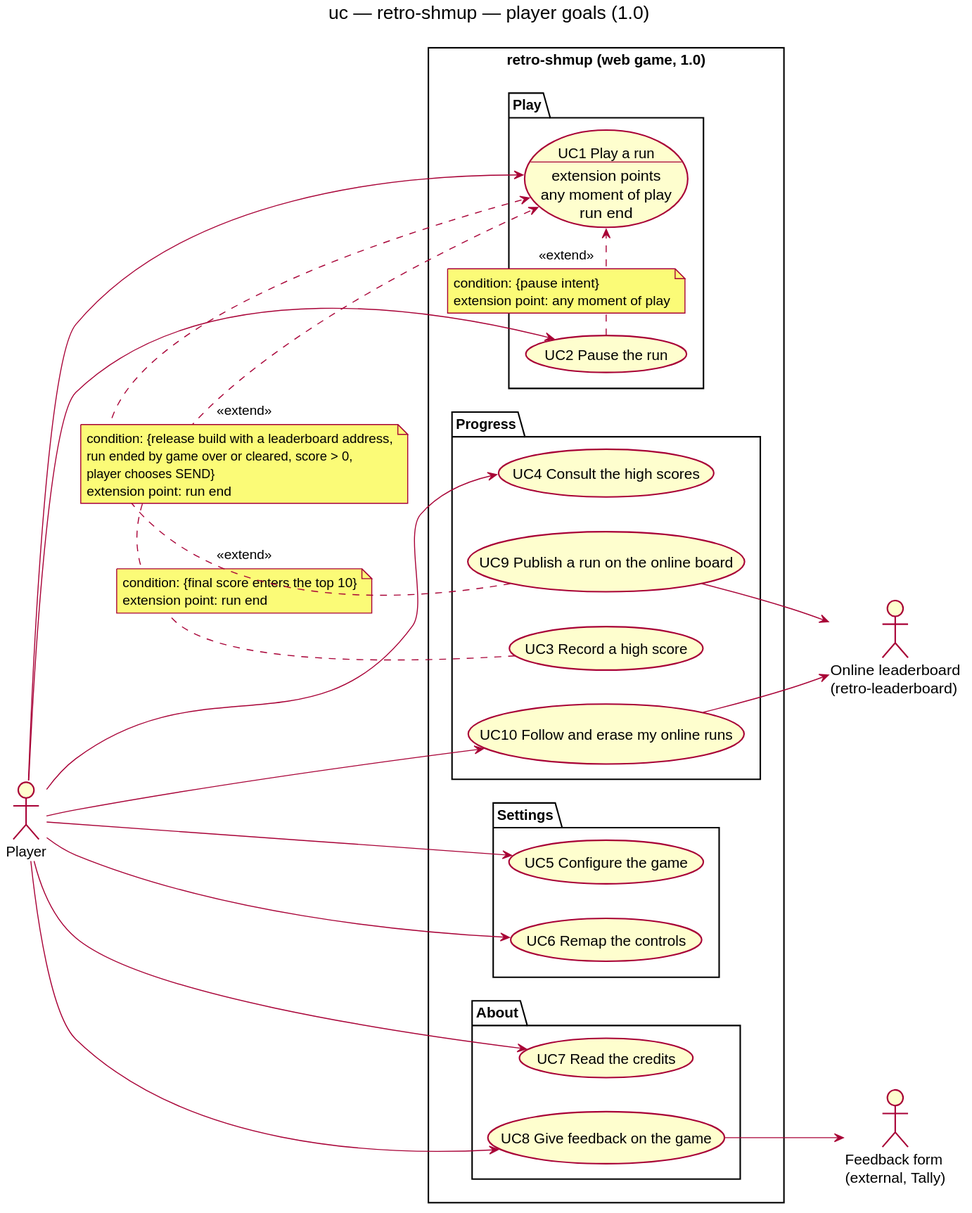
The PlantUML diagram docs/architecture/diagrams/system/01-use-case.svg in benoit-bremaud/retro-shmup, before a commit.
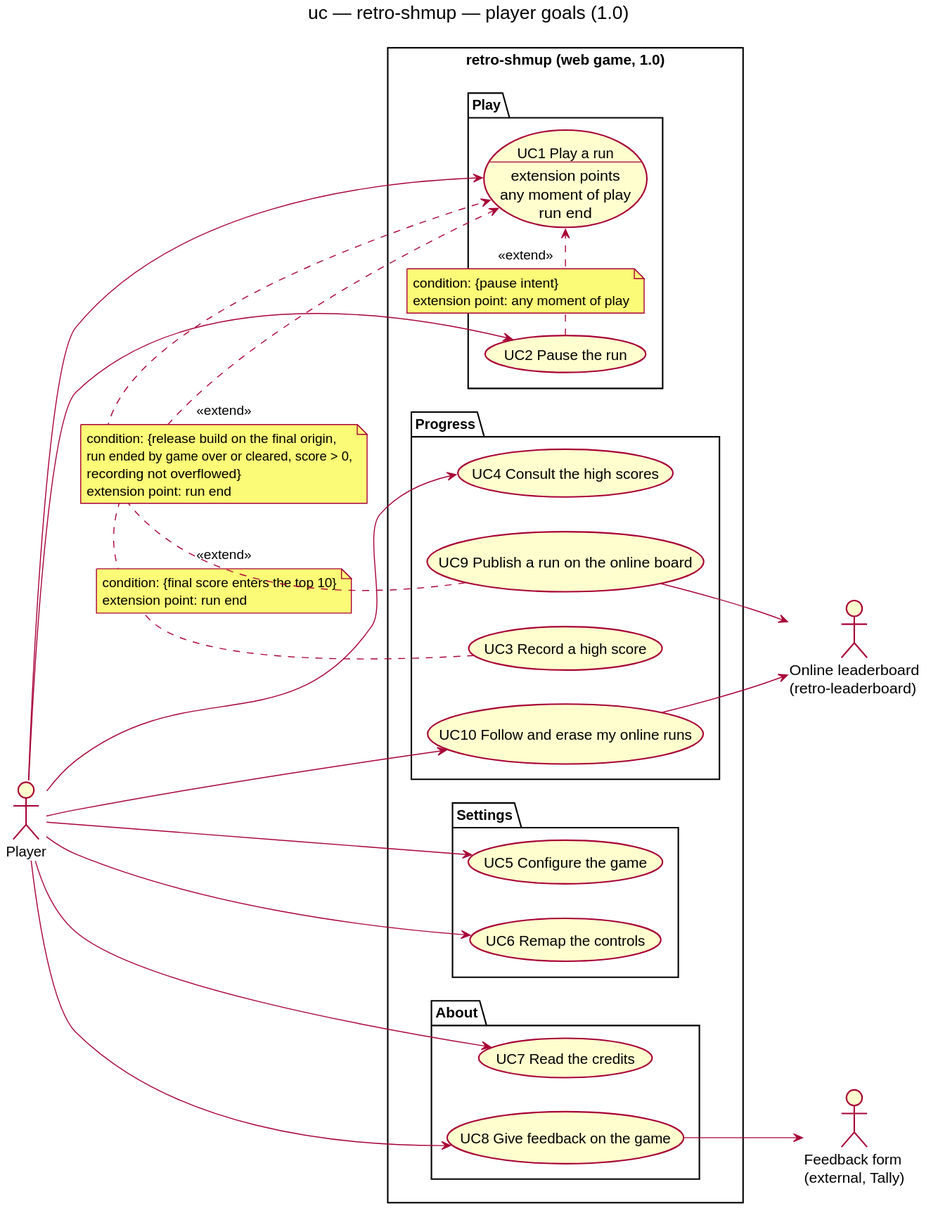
After the change.

Diff of the diagram source:
```diff
@@ -58,9 +58,9 @@
 end note
 UC9 .> UC1 : <<extend>>
 note on link
-  condition: {release build with a leaderboard address,
+  condition: {release build on the final origin,
   run ended by game over or cleared, score > 0,
-  player chooses SEND}
+  recording not overflowed}
   extension point: run end
 end note
 @enduml
```
